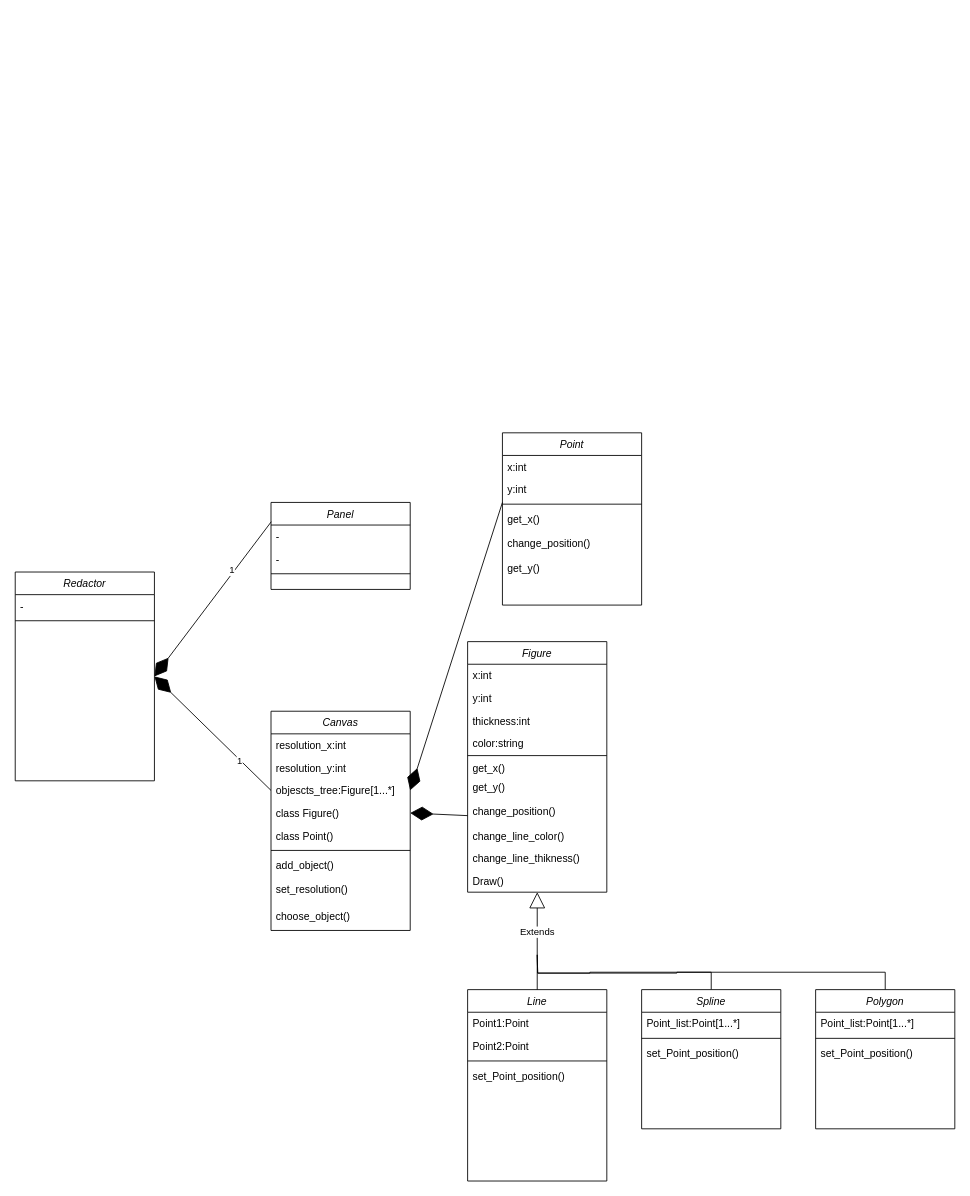
Before: Диаграмма классов.drawio in MstislavRomanovski/ProgramIngeneering, a draw.io diagram. Source tidied: cells renumbered, new cells numbered last; positions are measured from the earlier drawing's top-left corner, leaving out a move shared by most shapes. Both pictures are drawn from the tidied source at 87%, with x=0, y=0 at pixel (15, 432).
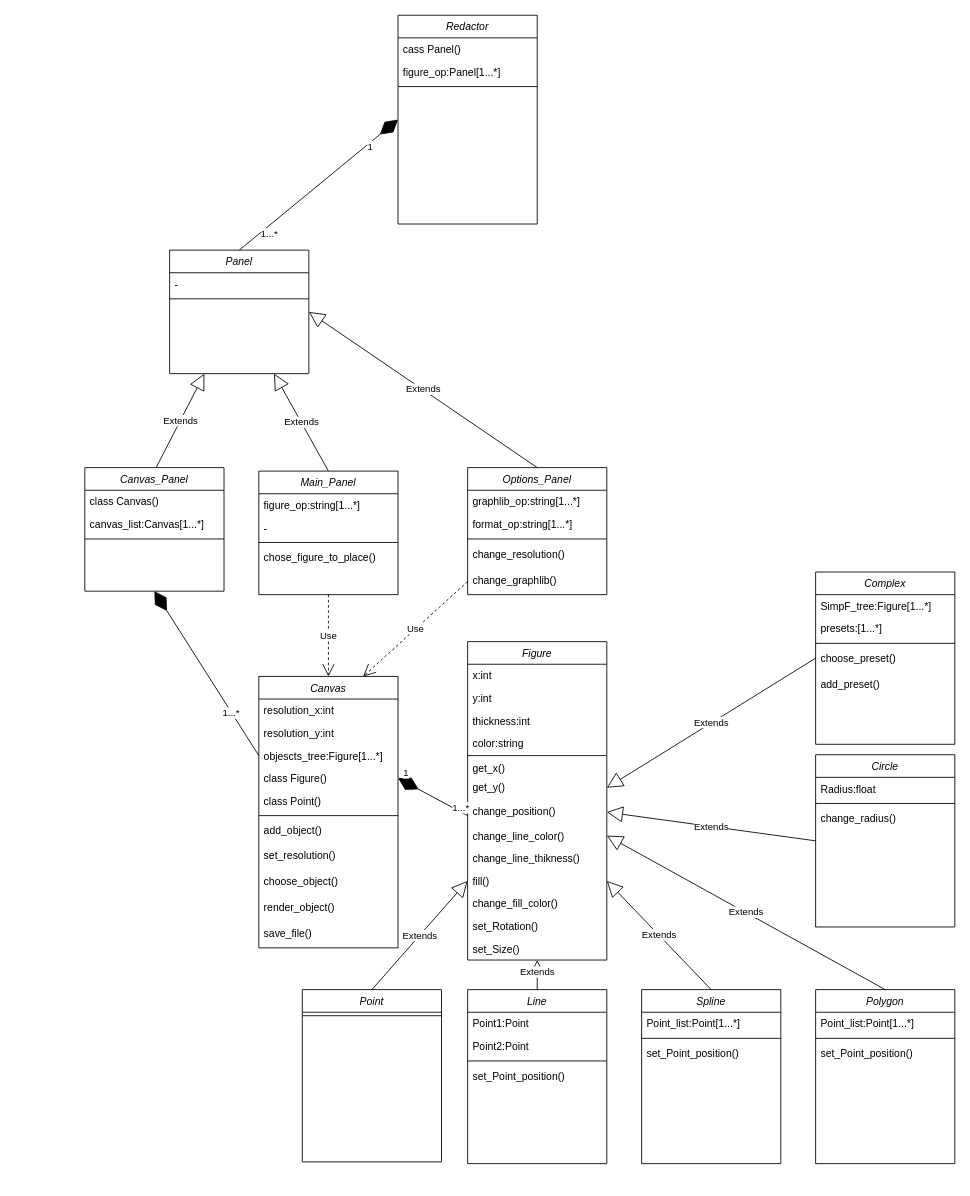
After the change.

The change refers to these unchanged cells:
```xml
<mxCell id="5" value="objescts_tree:Figure[1...*]" style="text;align=left;verticalAlign=top;spacingLeft=4;spacingRight=4;overflow=hidden;points=[[0,0.5],[1,0.5]];portConstraint=eastwest;rounded=0;shadow=0;html=0;" parent="2" vertex="1">
  <mxGeometry y="78" width="160" height="26" as="geometry" />
</mxCell>
<mxCell id="19" value="get_y()&#10;" style="text;align=left;verticalAlign=top;spacingLeft=4;spacingRight=4;overflow=hidden;points=[[0,0.5],[1,0.5]];portConstraint=eastwest;" parent="12" vertex="1">
  <mxGeometry y="154" width="160" height="28" as="geometry" />
</mxCell>
<mxCell id="20" value="change_position()&#10;" style="text;align=left;verticalAlign=top;spacingLeft=4;spacingRight=4;overflow=hidden;points=[[0,0.5],[1,0.5]];portConstraint=eastwest;" parent="12" vertex="1">
  <mxGeometry y="182" width="160" height="28" as="geometry" />
</mxCell>
<mxCell id="21" value="change_line_color()" style="text;align=left;verticalAlign=top;spacingLeft=4;spacingRight=4;overflow=hidden;points=[[0,0.5],[1,0.5]];portConstraint=eastwest;rounded=0;shadow=0;html=0;" parent="12" vertex="1">
  <mxGeometry y="210" width="160" height="26" as="geometry" />
</mxCell>
```

The edit, as a diff of the source:
```diff
@@
     <mxCell id="2" value="Canvas" style="swimlane;fontStyle=2;align=center;verticalAlign=top;horizontal=1;startSize=26;rounded=0;shadow=0;strokeWidth=1;" parent="1" vertex="1">
-      <mxGeometry x="294" y="320" width="160" height="252" as="geometry" />
+      <mxGeometry x="280" y="280" width="160" height="312" as="geometry" />
     </mxCell>
@@
+    <mxCell id="60" value="render_object()&#10;" style="text;align=left;verticalAlign=top;spacingLeft=4;spacingRight=4;overflow=hidden;" parent="2" vertex="1">
+      <mxGeometry y="252" width="160" height="30" as="geometry" />
+    </mxCell>
+    <mxCell id="61" value="save_file()&#10;" style="text;align=left;verticalAlign=top;spacingLeft=4;spacingRight=4;overflow=hidden;" parent="2" vertex="1">
+      <mxGeometry y="282" width="160" height="30" as="geometry" />
+    </mxCell>
     <mxCell id="12" value="Figure" style="swimlane;fontStyle=2;align=center;verticalAlign=top;horizontal=1;startSize=26;rounded=0;shadow=0;strokeWidth=1;" parent="1" vertex="1">
-      <mxGeometry x="520" y="240" width="160" height="288" as="geometry" />
+      <mxGeometry x="520" y="240" width="160" height="366" as="geometry" />
     </mxCell>
@@
-    <mxCell id="23" value="Draw()" style="text;align=left;verticalAlign=top;spacingLeft=4;spacingRight=4;overflow=hidden;rounded=0;shadow=0;html=0;" parent="12" vertex="1">
-      <mxGeometry y="262" width="160" height="26" as="geometry" />
-    </mxCell>
+    <mxCell id="62" value="fill()" style="text;align=left;verticalAlign=top;spacingLeft=4;spacingRight=4;overflow=hidden;rounded=0;shadow=0;html=0;" parent="12" vertex="1">
+      <mxGeometry y="262" width="160" height="26" as="geometry" />
+    </mxCell>
+    <mxCell id="63" value="change_fill_color()" style="text;align=left;verticalAlign=top;spacingLeft=4;spacingRight=4;overflow=hidden;rounded=0;shadow=0;html=0;" parent="12" vertex="1">
+      <mxGeometry y="288" width="160" height="26" as="geometry" />
+    </mxCell>
+    <mxCell id="64" value="set_Rotation()" style="text;align=left;verticalAlign=top;spacingLeft=4;spacingRight=4;overflow=hidden;rounded=0;shadow=0;html=0;" parent="12" vertex="1">
+      <mxGeometry y="314" width="160" height="26" as="geometry" />
+    </mxCell>
+    <mxCell id="65" value="set_Size()" style="text;align=left;verticalAlign=top;spacingLeft=4;spacingRight=4;overflow=hidden;rounded=0;shadow=0;html=0;" parent="12" vertex="1">
+      <mxGeometry y="340" width="160" height="26" as="geometry" />
+    </mxCell>
-    <mxCell id="24" value="Panel" style="swimlane;fontStyle=2;align=center;verticalAlign=top;horizontal=1;startSize=26;rounded=0;shadow=0;strokeWidth=1;" parent="1" vertex="1">
-      <mxGeometry x="294" y="80" width="160" height="100" as="geometry" />
+    <mxCell id="24" value="Main_Panel" style="swimlane;fontStyle=2;align=center;verticalAlign=top;horizontal=1;startSize=26;rounded=0;shadow=0;strokeWidth=1;" parent="1" vertex="1">
+      <mxGeometry x="280" y="44" width="160" height="142" as="geometry" />
     </mxCell>
-    <mxCell id="25" value="-" style="text;align=left;verticalAlign=top;spacingLeft=4;spacingRight=4;overflow=hidden;points=[[0,0.5],[1,0.5]];portConstraint=eastwest;" parent="24" vertex="1">
-      <mxGeometry y="26" width="160" height="26" as="geometry" />
-    </mxCell>
+    <mxCell id="66" value="figure_op:string[1...*]" style="text;align=left;verticalAlign=top;spacingLeft=4;spacingRight=4;overflow=hidden;" parent="24" vertex="1">
+      <mxGeometry y="26" width="160" height="26" as="geometry" />
+    </mxCell>
@@
+    <mxCell id="67" value="chose_figure_to_place()&#10;" style="text;align=left;verticalAlign=top;spacingLeft=4;spacingRight=4;overflow=hidden;" parent="24" vertex="1">
+      <mxGeometry y="86" width="160" height="30" as="geometry" />
+    </mxCell>
     <mxCell id="28" value="Redactor" style="swimlane;fontStyle=2;align=center;verticalAlign=top;horizontal=1;startSize=26;rounded=0;shadow=0;strokeWidth=1;" parent="1" vertex="1">
-      <mxGeometry y="160" width="160" height="240" as="geometry" />
+      <mxGeometry x="440" y="-480" width="160" height="240" as="geometry" />
     </mxCell>
-    <mxCell id="29" value="-" style="text;align=left;verticalAlign=top;spacingLeft=4;spacingRight=4;overflow=hidden;" parent="28" vertex="1">
+    <mxCell id="29" value="cass Panel()" style="text;align=left;verticalAlign=top;spacingLeft=4;spacingRight=4;overflow=hidden;" parent="28" vertex="1">
       <mxGeometry y="26" width="160" height="26" as="geometry" />
     </mxCell>
+    <mxCell id="68" value="figure_op:Panel[1...*]" style="text;align=left;verticalAlign=top;spacingLeft=4;spacingRight=4;overflow=hidden;" parent="28" vertex="1">
+      <mxGeometry y="52" width="160" height="26" as="geometry" />
+    </mxCell>
     <mxCell id="30" style="line;html=1;strokeWidth=1;align=left;verticalAlign=middle;spacingTop=-1;spacingLeft=3;spacingRight=3;labelPosition=right;" parent="28" vertex="1">
-      <mxGeometry y="52" width="160" height="8" as="geometry" />
+      <mxGeometry y="78" width="160" height="8" as="geometry" />
     </mxCell>
-    <mxCell id="31" style="endArrow=diamondThin;endFill=1;endSize=24;html=1;rounded=0;exitX=0;exitY=0.5;exitDx=0;exitDy=0;entryX=1;entryY=0.5;entryDx=0;entryDy=0;" parent="1" edge="1" source="5" target="28">
+    <mxCell id="31" style="endArrow=diamondThin;endFill=1;endSize=24;html=1;rounded=0;exitX=0;exitY=0.5;exitDx=0;exitDy=0;entryX=0.5;entryY=1;entryDx=0;entryDy=0;" parent="1" edge="1" source="5" target="100">
       <mxGeometry relative="1" as="geometry" />
     </mxCell>
-    <mxCell id="32" value="1" style="edgeLabel;html=1;align=center;verticalAlign=middle;" parent="31" vertex="1">
+    <mxCell id="32" value="1...*" style="edgeLabel;html=1;align=center;verticalAlign=middle;" parent="31" vertex="1">
       <mxGeometry x="-0.47" y="1" relative="1" as="geometry" />
     </mxCell>
@@
     <mxCell id="34" value="Point" style="swimlane;fontStyle=2;align=center;verticalAlign=top;horizontal=1;startSize=26;rounded=0;shadow=0;strokeWidth=1;" parent="1" vertex="1">
-      <mxGeometry x="560" width="160" height="198" as="geometry" />
+      <mxGeometry x="330" y="640" width="160" height="198" as="geometry" />
     </mxCell>
-    <mxCell id="35" value="x:int" style="text;align=left;verticalAlign=top;spacingLeft=4;spacingRight=4;overflow=hidden;" parent="34" vertex="1">
-      <mxGeometry y="26" width="160" height="26" as="geometry" />
-    </mxCell>
-    <mxCell id="36" value="y:int" style="text;align=left;verticalAlign=top;spacingLeft=4;spacingRight=4;overflow=hidden;points=[[0,0.5],[1,0.5]];portConstraint=eastwest;rounded=0;shadow=0;html=0;" parent="34" vertex="1">
-      <mxGeometry y="52" width="160" height="26" as="geometry" />
-    </mxCell>
     <mxCell id="37" style="line;html=1;strokeWidth=1;align=left;verticalAlign=middle;spacingTop=-1;spacingLeft=3;spacingRight=3;labelPosition=right;" parent="34" vertex="1">
-      <mxGeometry y="78" width="160" height="8" as="geometry" />
+      <mxGeometry y="26" width="160" height="8" as="geometry" />
     </mxCell>
-    <mxCell id="38" value="get_x()&#10;" style="text;align=left;verticalAlign=top;spacingLeft=4;spacingRight=4;overflow=hidden;" parent="34" vertex="1">
-      <mxGeometry y="86" width="160" height="28" as="geometry" />
-    </mxCell>
-    <mxCell id="39" value="change_position()&#10;" style="text;align=left;verticalAlign=top;spacingLeft=4;spacingRight=4;overflow=hidden;" parent="34" vertex="1">
-      <mxGeometry y="114" width="160" height="28" as="geometry" />
-    </mxCell>
-    <mxCell id="40" value="get_y()&#10;" style="text;align=left;verticalAlign=top;spacingLeft=4;spacingRight=4;overflow=hidden;" parent="34" vertex="1">
-      <mxGeometry y="142" width="160" height="28" as="geometry" />
-    </mxCell>
     <mxCell id="41" value="Line" style="swimlane;fontStyle=2;align=center;verticalAlign=top;horizontal=1;startSize=26;rounded=0;shadow=0;strokeWidth=1;" parent="1" vertex="1">
-      <mxGeometry x="520" y="640" width="160" height="220" as="geometry" />
+      <mxGeometry x="520" y="640" width="160" height="200" as="geometry" />
     </mxCell>
@@
-    <mxCell id="46" style="edgeStyle=orthogonalEdgeStyle;rounded=0;jettySize=auto;html=1;exitX=0.5;exitY=0;exitDx=0;exitDy=0;endArrow=none;endFill=0;" parent="1" edge="1" source="47">
-      <mxGeometry relative="1" as="geometry">
-        <mxPoint x="600" y="600" as="targetPoint" />
-      </mxGeometry>
-    </mxCell>
     <mxCell id="47" value="Spline" style="swimlane;fontStyle=2;align=center;verticalAlign=top;horizontal=1;startSize=26;rounded=0;shadow=0;strokeWidth=1;" parent="1" vertex="1">
-      <mxGeometry x="720" y="640" width="160" height="160" as="geometry" />
+      <mxGeometry x="720" y="640" width="160" height="200" as="geometry" />
     </mxCell>
@@
-    <mxCell id="51" style="edgeStyle=orthogonalEdgeStyle;rounded=0;jettySize=auto;html=1;exitX=0.5;exitY=0;exitDx=0;exitDy=0;startArrow=none;startFill=0;endArrow=none;endFill=0;" parent="1" edge="1" source="52">
-      <mxGeometry relative="1" as="geometry">
-        <mxPoint x="600" y="600" as="targetPoint" />
-      </mxGeometry>
-    </mxCell>
     <mxCell id="52" value="Polygon" style="swimlane;fontStyle=2;align=center;verticalAlign=top;horizontal=1;startSize=26;rounded=0;shadow=0;strokeWidth=1;" parent="1" vertex="1">
-      <mxGeometry x="920" y="640" width="160" height="160" as="geometry" />
+      <mxGeometry x="920" y="640" width="160" height="200" as="geometry" />
     </mxCell>
@@
-    <mxCell id="57" style="endArrow=diamondThin;endFill=1;endSize=24;html=1;rounded=0;exitX=0.002;exitY=-0.148;exitDx=0;exitDy=0;entryX=1;entryY=0.5;entryDx=0;entryDy=0;exitPerimeter=0;" parent="1" edge="1" source="25" target="28">
+    <mxCell id="57" style="endArrow=diamondThin;endFill=1;endSize=24;html=1;rounded=0;exitX=0.5;exitY=0;exitDx=0;exitDy=0;entryX=0;entryY=0.5;entryDx=0;entryDy=0;" parent="1" edge="1" source="96" target="28">
       <mxGeometry relative="1" as="geometry" />
     </mxCell>
-    <mxCell id="58" value="1" style="edgeLabel;html=1;align=center;verticalAlign=middle;" parent="57" vertex="1">
-      <mxGeometry x="-0.35" y="-3" relative="1" as="geometry" />
-    </mxCell>
-    <mxCell id="59" style="endArrow=diamondThin;endFill=1;endSize=24;html=1;rounded=0;entryX=1;entryY=0.5;entryDx=0;entryDy=0;exitX=0;exitY=1.077;exitDx=0;exitDy=0;exitPerimeter=0;" parent="1" edge="1" source="36" target="5">
-      <mxGeometry relative="1" as="geometry" />
-    </mxCell>
+    <mxCell id="69" value="Extends" style="endArrow=block;endSize=16;endFill=0;html=1;rounded=0;exitX=0.5;exitY=0;exitDx=0;exitDy=0;entryX=0;entryY=0.5;entryDx=0;entryDy=0;" parent="1" edge="1" source="34">
+      <mxGeometry relative="1" as="geometry">
+        <mxPoint x="520" y="515" as="targetPoint" />
+      </mxGeometry>
+    </mxCell>
+    <mxCell id="70" value="Extends" style="endArrow=block;endSize=16;endFill=0;html=1;rounded=0;exitX=0.5;exitY=0;exitDx=0;exitDy=0;entryX=1;entryY=0.5;entryDx=0;entryDy=0;" parent="1" edge="1" source="47">
+      <mxGeometry relative="1" as="geometry">
+        <mxPoint x="680" y="515" as="targetPoint" />
+      </mxGeometry>
+    </mxCell>
+    <mxCell id="71" value="Extends" style="endArrow=block;endSize=16;endFill=0;html=1;rounded=0;exitX=0.5;exitY=0;exitDx=0;exitDy=0;entryX=1;entryY=0.5;entryDx=0;entryDy=0;" parent="1" edge="1" source="52" target="21">
+      <mxGeometry relative="1" as="geometry" />
+    </mxCell>
+    <mxCell id="72" value="Circle" style="swimlane;fontStyle=2;align=center;verticalAlign=top;horizontal=1;startSize=26;rounded=0;shadow=0;strokeWidth=1;" parent="1" vertex="1">
+      <mxGeometry x="920" y="370" width="160" height="198" as="geometry" />
+    </mxCell>
+    <mxCell id="73" value="Radius:float" style="text;align=left;verticalAlign=top;spacingLeft=4;spacingRight=4;overflow=hidden;" parent="72" vertex="1">
+      <mxGeometry y="26" width="160" height="26" as="geometry" />
+    </mxCell>
+    <mxCell id="74" style="line;html=1;strokeWidth=1;align=left;verticalAlign=middle;spacingTop=-1;spacingLeft=3;spacingRight=3;labelPosition=right;" parent="72" vertex="1">
+      <mxGeometry y="52" width="160" height="8" as="geometry" />
+    </mxCell>
+    <mxCell id="75" value="change_radius()" style="text;align=left;verticalAlign=top;spacingLeft=4;spacingRight=4;overflow=hidden;" parent="72" vertex="1">
+      <mxGeometry y="60" width="160" height="22" as="geometry" />
+    </mxCell>
+    <mxCell id="76" value="Extends" style="endArrow=block;endSize=16;endFill=0;html=1;rounded=0;exitX=0;exitY=0.5;exitDx=0;exitDy=0;entryX=1;entryY=0.5;entryDx=0;entryDy=0;" parent="1" edge="1" source="72" target="20">
+      <mxGeometry relative="1" as="geometry" />
+    </mxCell>
+    <mxCell id="77" value="Complex" style="swimlane;fontStyle=2;align=center;verticalAlign=top;horizontal=1;startSize=26;rounded=0;shadow=0;strokeWidth=1;" parent="1" vertex="1">
+      <mxGeometry x="920" y="160" width="160" height="198" as="geometry" />
+    </mxCell>
+    <mxCell id="78" value="SimpF_tree:Figure[1...*]" style="text;align=left;verticalAlign=top;spacingLeft=4;spacingRight=4;overflow=hidden;rounded=0;shadow=0;html=0;" parent="77" vertex="1">
+      <mxGeometry y="26" width="160" height="26" as="geometry" />
+    </mxCell>
+    <mxCell id="79" value="presets:[1...*]" style="text;align=left;verticalAlign=top;spacingLeft=4;spacingRight=4;overflow=hidden;rounded=0;shadow=0;html=0;" parent="77" vertex="1">
+      <mxGeometry y="52" width="160" height="26" as="geometry" />
+    </mxCell>
+    <mxCell id="80" style="line;html=1;strokeWidth=1;align=left;verticalAlign=middle;spacingTop=-1;spacingLeft=3;spacingRight=3;labelPosition=right;" parent="77" vertex="1">
+      <mxGeometry y="78" width="160" height="8" as="geometry" />
+    </mxCell>
+    <mxCell id="81" value="choose_preset()&#10;" style="text;align=left;verticalAlign=top;spacingLeft=4;spacingRight=4;overflow=hidden;" parent="77" vertex="1">
+      <mxGeometry y="86" width="160" height="30" as="geometry" />
+    </mxCell>
+    <mxCell id="82" value="add_preset()&#10;" style="text;align=left;verticalAlign=top;spacingLeft=4;spacingRight=4;overflow=hidden;" parent="77" vertex="1">
+      <mxGeometry y="116" width="160" height="30" as="geometry" />
+    </mxCell>
+    <mxCell id="83" value="Extends" style="endArrow=block;endSize=16;endFill=0;html=1;rounded=0;exitX=0;exitY=0.5;exitDx=0;exitDy=0;entryX=1;entryY=0.5;entryDx=0;entryDy=0;" parent="1" edge="1" source="77" target="19">
+      <mxGeometry relative="1" as="geometry" />
+    </mxCell>
+    <mxCell id="84" value="Use" style="endArrow=open;endSize=12;dashed=1;html=1;rounded=0;exitX=0.5;exitY=1;exitDx=0;exitDy=0;entryX=0.5;entryY=0;entryDx=0;entryDy=0;" parent="1" edge="1" source="24" target="2">
+      <mxGeometry relative="1" as="geometry" />
+    </mxCell>
+    <mxCell id="85" value="Options_Panel" style="swimlane;fontStyle=2;align=center;verticalAlign=top;horizontal=1;startSize=26;rounded=0;shadow=0;strokeWidth=1;" parent="1" vertex="1">
+      <mxGeometry x="520" y="40" width="160" height="146" as="geometry" />
+    </mxCell>
+    <mxCell id="86" value="graphlib_op:string[1...*]" style="text;align=left;verticalAlign=top;spacingLeft=4;spacingRight=4;overflow=hidden;" parent="85" vertex="1">
+      <mxGeometry y="26" width="160" height="26" as="geometry" />
+    </mxCell>
+    <mxCell id="87" value="format_op:string[1...*]" style="text;align=left;verticalAlign=top;spacingLeft=4;spacingRight=4;overflow=hidden;" parent="85" vertex="1">
+      <mxGeometry y="52" width="160" height="26" as="geometry" />
+    </mxCell>
+    <mxCell id="88" style="line;html=1;strokeWidth=1;align=left;verticalAlign=middle;spacingTop=-1;spacingLeft=3;spacingRight=3;labelPosition=right;" parent="85" vertex="1">
+      <mxGeometry y="78" width="160" height="8" as="geometry" />
+    </mxCell>
+    <mxCell id="89" value="change_resolution()" style="text;align=left;verticalAlign=top;spacingLeft=4;spacingRight=4;overflow=hidden;" parent="85" vertex="1">
+      <mxGeometry y="86" width="160" height="30" as="geometry" />
+    </mxCell>
+    <mxCell id="90" value="change_graphlib()" style="text;align=left;verticalAlign=top;spacingLeft=4;spacingRight=4;overflow=hidden;points=[[0,0.5],[1,0.5]];portConstraint=eastwest;" parent="85" vertex="1">
+      <mxGeometry y="116" width="160" height="30" as="geometry" />
+    </mxCell>
+    <mxCell id="91" value="Use" style="endArrow=open;endSize=12;dashed=1;html=1;rounded=0;exitX=0;exitY=0.5;exitDx=0;exitDy=0;entryX=0.75;entryY=0;entryDx=0;entryDy=0;" parent="1" edge="1" source="90" target="2">
+      <mxGeometry relative="1" as="geometry" />
+    </mxCell>
+    <mxCell id="92" value="1...*" style="edgeLabel;html=1;align=center;verticalAlign=middle;" parent="1" vertex="1">
+      <mxGeometry x="220" y="-100" as="geometry">
+        <mxPoint x="71" y="-130" as="offset" />
+      </mxGeometry>
+    </mxCell>
+    <mxCell id="93" value="1" style="edgeLabel;html=1;align=center;verticalAlign=middle;" parent="1" vertex="1">
+      <mxGeometry x="480" y="-270" as="geometry">
+        <mxPoint x="-73" y="-60" as="offset" />
+      </mxGeometry>
+    </mxCell>
+    <mxCell id="94" value="1" style="edgeLabel;html=1;align=center;verticalAlign=middle;" parent="1" vertex="1">
+      <mxGeometry x="257.5" y="350" as="geometry">
+        <mxPoint x="191" y="40" as="offset" />
+      </mxGeometry>
+    </mxCell>
+    <mxCell id="95" value="1...*" style="edgeLabel;html=1;align=center;verticalAlign=middle;" parent="1" vertex="1">
+      <mxGeometry x="320" y="390" as="geometry">
+        <mxPoint x="191" y="40" as="offset" />
+      </mxGeometry>
+    </mxCell>
+    <mxCell id="96" value="Panel" style="swimlane;fontStyle=2;align=center;verticalAlign=top;horizontal=1;startSize=26;rounded=0;shadow=0;strokeWidth=1;" parent="1" vertex="1">
+      <mxGeometry x="177.5" y="-210" width="160" height="142" as="geometry" />
+    </mxCell>
+    <mxCell id="25" value="-" style="text;align=left;verticalAlign=top;spacingLeft=4;spacingRight=4;overflow=hidden;points=[[0,0.5],[1,0.5]];portConstraint=eastwest;" parent="96" vertex="1">
+      <mxGeometry y="26" width="160" height="26" as="geometry" />
+    </mxCell>
+    <mxCell id="97" style="line;html=1;strokeWidth=1;align=left;verticalAlign=middle;spacingTop=-1;spacingLeft=3;spacingRight=3;labelPosition=right;" parent="96" vertex="1">
+      <mxGeometry y="52" width="160" height="8" as="geometry" />
+    </mxCell>
+    <mxCell id="98" value="Extends" style="endArrow=block;endSize=16;endFill=0;html=1;rounded=0;entryX=0.75;entryY=1;entryDx=0;entryDy=0;exitX=0.5;exitY=0;exitDx=0;exitDy=0;" parent="1" edge="1" source="24" target="96">
+      <mxGeometry relative="1" as="geometry" />
+    </mxCell>
+    <mxCell id="99" value="Extends" style="endArrow=block;endSize=16;endFill=0;html=1;rounded=0;entryX=1;entryY=0.5;entryDx=0;entryDy=0;exitX=0.5;exitY=0;exitDx=0;exitDy=0;" parent="1" edge="1" source="85" target="96">
+      <mxGeometry relative="1" as="geometry" />
+    </mxCell>
+    <mxCell id="100" value="Canvas_Panel" style="swimlane;fontStyle=2;align=center;verticalAlign=top;horizontal=1;startSize=26;rounded=0;shadow=0;strokeWidth=1;" parent="1" vertex="1">
+      <mxGeometry x="80" y="40" width="160" height="142" as="geometry" />
+    </mxCell>
+    <mxCell id="101" value="class Canvas()" style="text;align=left;verticalAlign=top;spacingLeft=4;spacingRight=4;overflow=hidden;" parent="100" vertex="1">
+      <mxGeometry y="26" width="160" height="26" as="geometry" />
+    </mxCell>
+    <mxCell id="102" value="canvas_list:Canvas[1...*]" style="text;align=left;verticalAlign=top;spacingLeft=4;spacingRight=4;overflow=hidden;" parent="100" vertex="1">
+      <mxGeometry y="52" width="160" height="26" as="geometry" />
+    </mxCell>
+    <mxCell id="103" style="line;html=1;strokeWidth=1;align=left;verticalAlign=middle;spacingTop=-1;spacingLeft=3;spacingRight=3;labelPosition=right;" parent="100" vertex="1">
+      <mxGeometry y="78" width="160" height="8" as="geometry" />
+    </mxCell>
+    <mxCell id="104" value="Extends" style="endArrow=block;endSize=16;endFill=0;html=1;rounded=0;entryX=0.25;entryY=1;entryDx=0;entryDy=0;exitX=0.5;exitY=0;exitDx=0;exitDy=0;" parent="1" edge="1" target="96">
+      <mxGeometry relative="1" as="geometry">
+        <mxPoint x="162" y="40" as="sourcePoint" />
+      </mxGeometry>
+    </mxCell>
```
